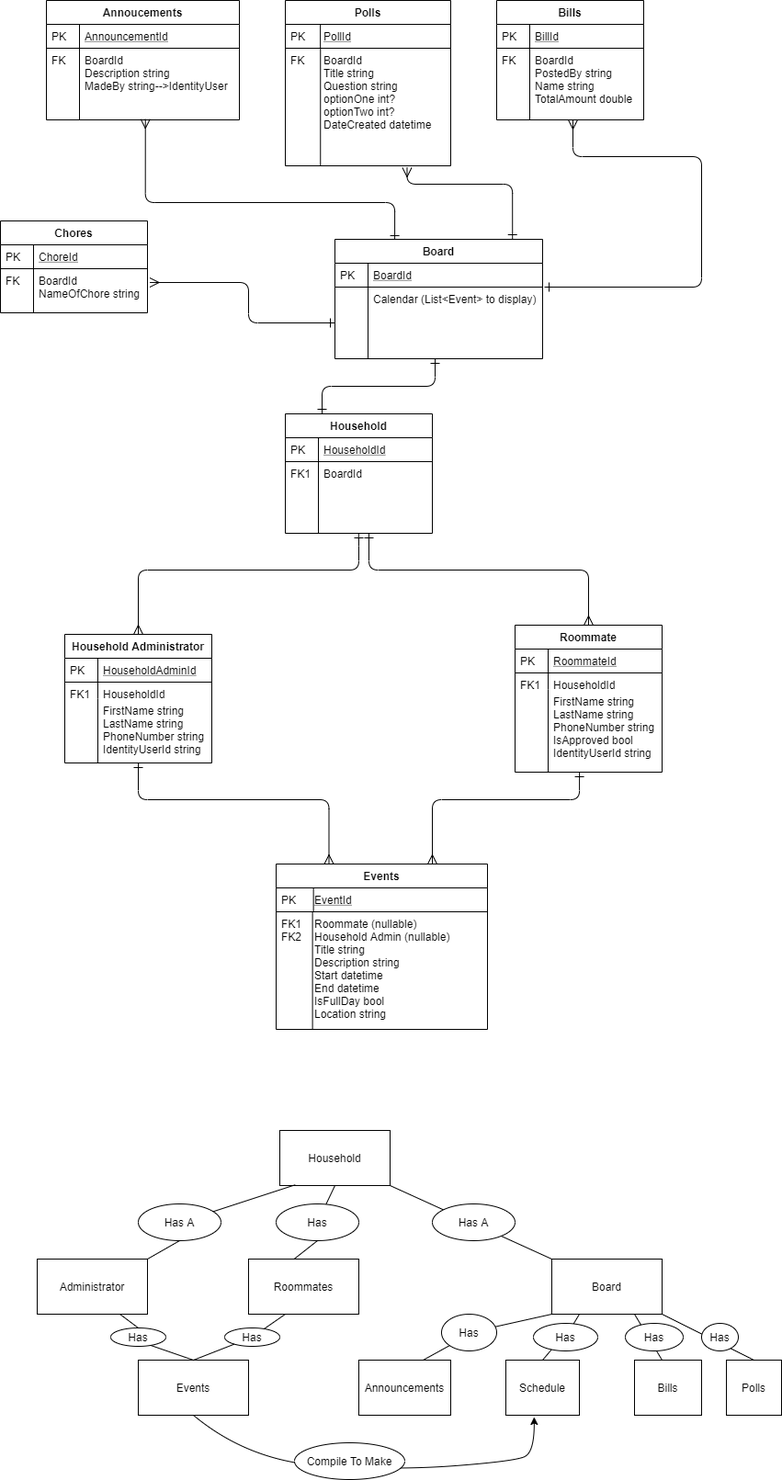
Earlier version of the draw.io export UserStoriesAndPlanningDocuments/IndividualCapstoneWithBasicLayout.png (andrewbaird17/Capstone_TheCommonRoom). Source tidied: cells renumbered, new cells last; positions are measured from the earlier drawing's top-left corner, leaving out a move shared by most shapes.
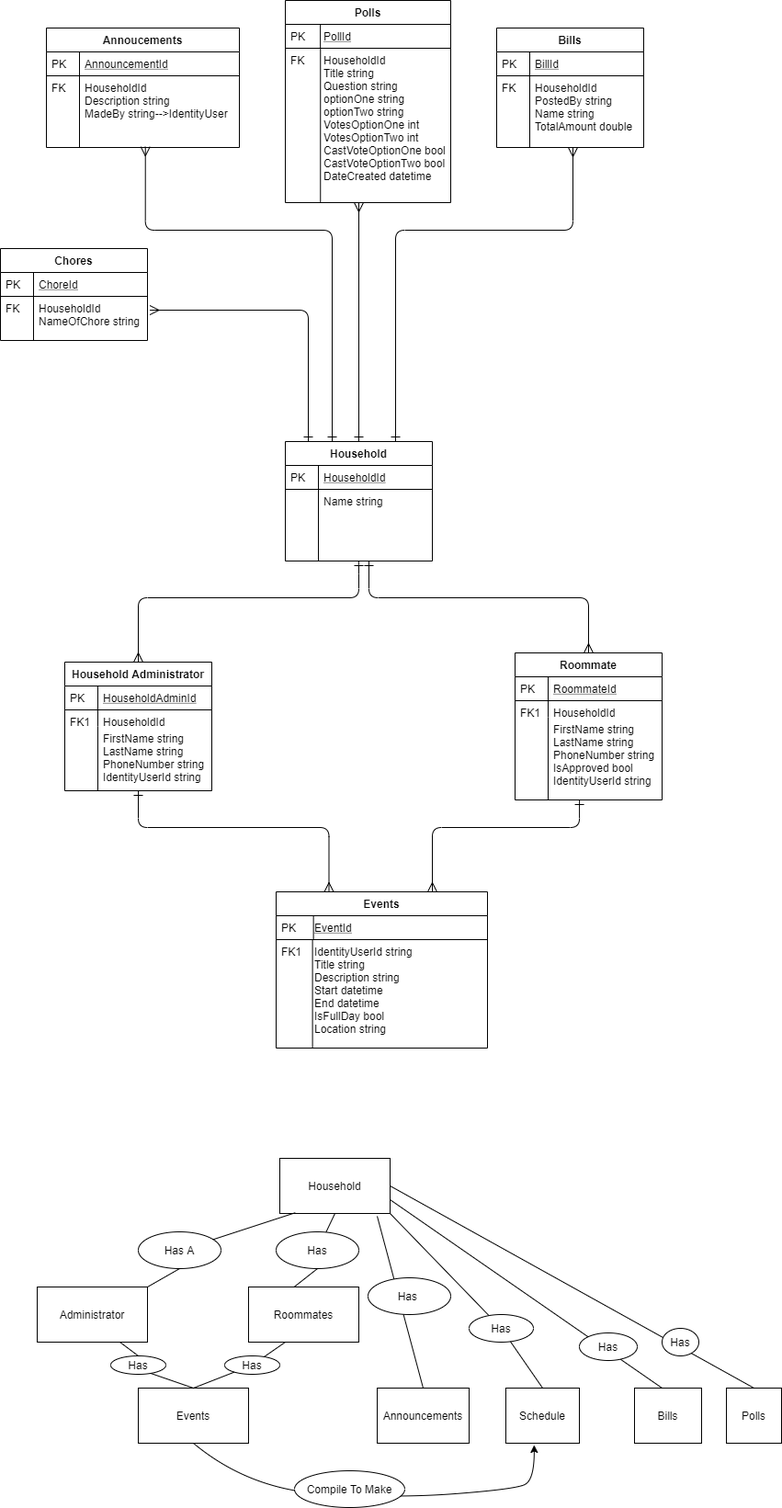
Later version of the same file.

Commit message:
Base email method works, next use it to email a list of roommates. Implemented using SendGrid 'Twilio related'

Diff of the diagram source:
```diff
@@ -33,6 +33,6 @@
     </mxCell>
-    <mxCell id="7" value="BoardId" style="shape=partialRectangle;top=0;left=0;right=0;bottom=0;align=left;verticalAlign=top;fillColor=none;spacingLeft=40;spacingRight=4;overflow=hidden;rounded=0;shadow=0;strokeWidth=1;" parent="4" vertex="1">
+    <mxCell id="7" value="Name string" style="shape=partialRectangle;top=0;left=0;right=0;bottom=0;align=left;verticalAlign=top;fillColor=none;spacingLeft=40;spacingRight=4;overflow=hidden;rounded=0;shadow=0;strokeWidth=1;" parent="4" vertex="1">
       <mxGeometry y="52" width="160" height="78" as="geometry" />
     </mxCell>
-    <mxCell id="8" value="FK1" style="shape=partialRectangle;top=0;left=0;bottom=0;fillColor=none;align=left;verticalAlign=top;spacingLeft=4;spacingRight=4;overflow=hidden;" parent="7" vertex="1">
+    <mxCell id="8" style="shape=partialRectangle;top=0;left=0;bottom=0;fillColor=none;align=left;verticalAlign=top;spacingLeft=4;spacingRight=4;overflow=hidden;" parent="7" vertex="1">
       <mxGeometry width="36" height="78" as="geometry" />
@@ -81,15 +81,6 @@
     </mxCell>
-    <mxCell id="23" style="edgeStyle=orthogonalEdgeStyle;endArrow=ERone;startArrow=ERone;shadow=0;strokeWidth=1;endSize=8;startSize=8;entryX=0.25;entryY=0;entryDx=0;entryDy=0;startFill=0;endFill=0;" parent="1" edge="1" target="4">
-      <mxGeometry relative="1" as="geometry">
-        <mxPoint x="473" y="390" as="sourcePoint" />
-        <Array as="points">
-          <mxPoint x="473" y="420" />
-          <mxPoint x="350" y="420" />
-        </Array>
-      </mxGeometry>
-    </mxCell>
     <mxCell id="24" value="Polls" style="swimlane;fontStyle=1;horizontal=1;startSize=26;rounded=0;shadow=0;strokeWidth=1;" parent="1" vertex="1">
-      <mxGeometry x="310" width="180" height="180" as="geometry" />
+      <mxGeometry x="310" y="-30" width="180" height="220" as="geometry" />
     </mxCell>
-    <mxCell id="25" value="PollId&#10;" style="shape=partialRectangle;top=0;left=0;right=0;bottom=1;align=left;verticalAlign=top;fillColor=none;spacingLeft=40;spacingRight=4;overflow=hidden;rounded=0;shadow=0;strokeWidth=1;fontStyle=4;" parent="24" vertex="1">
+    <mxCell id="25" value="PollId" style="shape=partialRectangle;top=0;left=0;right=0;bottom=1;align=left;verticalAlign=top;fillColor=none;spacingLeft=40;spacingRight=4;overflow=hidden;rounded=0;shadow=0;strokeWidth=1;fontStyle=4;" parent="24" vertex="1">
       <mxGeometry y="26" width="180" height="26" as="geometry" />
@@ -99,7 +90,7 @@
     </mxCell>
-    <mxCell id="27" value="BoardId&#10;Title string&#10;Question string&#10;optionOne int?&#10;optionTwo int?&#10;DateCreated datetime" style="shape=partialRectangle;top=0;left=0;right=0;bottom=0;align=left;verticalAlign=top;fillColor=none;spacingLeft=40;spacingRight=4;overflow=hidden;points=[[0,0.5],[1,0.5]];portConstraint=eastwest;rounded=0;shadow=0;strokeWidth=1;" parent="24" vertex="1">
-      <mxGeometry y="52" width="180" height="128" as="geometry" />
+    <mxCell id="27" value="HouseholdId&#10;Title string&#10;Question string&#10;optionOne string&#10;optionTwo string&#10;VotesOptionOne int&#10;VotesOptionTwo int&#10;CastVoteOptionOne bool&#10;CastVoteOptionTwo bool&#10;DateCreated datetime" style="shape=partialRectangle;top=0;left=0;right=0;bottom=0;align=left;verticalAlign=top;fillColor=none;spacingLeft=40;spacingRight=4;overflow=hidden;points=[[0,0.5],[1,0.5]];portConstraint=eastwest;rounded=0;shadow=0;strokeWidth=1;" parent="24" vertex="1">
+      <mxGeometry y="52" width="180" height="168" as="geometry" />
     </mxCell>
     <mxCell id="28" value="FK" style="shape=partialRectangle;top=0;left=0;bottom=0;fillColor=none;align=left;verticalAlign=top;spacingLeft=4;spacingRight=4;overflow=hidden;" parent="27" vertex="1">
-      <mxGeometry width="38.2" height="128" as="geometry" />
+      <mxGeometry width="38.2" height="168" as="geometry" />
     </mxCell>
@@ -114,3 +105,3 @@
     </mxCell>
-    <mxCell id="32" value="BoardId&#10;Description string&#10;MadeBy string--&gt;IdentityUser" style="shape=partialRectangle;top=0;left=0;right=0;bottom=0;align=left;verticalAlign=top;fillColor=none;spacingLeft=40;spacingRight=4;overflow=hidden;points=[[0,0.5],[1,0.5]];portConstraint=eastwest;rounded=0;shadow=0;strokeWidth=1;" parent="29" vertex="1">
+    <mxCell id="32" value="HouseholdId&#10;Description string&#10;MadeBy string--&gt;IdentityUser" style="shape=partialRectangle;top=0;left=0;right=0;bottom=0;align=left;verticalAlign=top;fillColor=none;spacingLeft=40;spacingRight=4;overflow=hidden;points=[[0,0.5],[1,0.5]];portConstraint=eastwest;rounded=0;shadow=0;strokeWidth=1;" parent="29" vertex="1">
       <mxGeometry y="52" width="210" height="78" as="geometry" />
@@ -129,3 +120,3 @@
     </mxCell>
-    <mxCell id="37" value="BoardId&#10;PostedBy string&#10;Name string&#10;TotalAmount double" style="shape=partialRectangle;top=0;left=0;right=0;bottom=0;align=left;verticalAlign=top;fillColor=none;spacingLeft=40;spacingRight=4;overflow=hidden;rounded=0;shadow=0;strokeWidth=1;" parent="34" vertex="1">
+    <mxCell id="37" value="HouseholdId&#10;PostedBy string&#10;Name string&#10;TotalAmount double" style="shape=partialRectangle;top=0;left=0;right=0;bottom=0;align=left;verticalAlign=top;fillColor=none;spacingLeft=40;spacingRight=4;overflow=hidden;rounded=0;shadow=0;strokeWidth=1;" parent="34" vertex="1">
       <mxGeometry y="52" width="160" height="78" as="geometry" />
@@ -136,3 +127,3 @@
     <mxCell id="39" value="Events" style="swimlane;fontStyle=1;horizontal=1;startSize=26;rounded=0;shadow=0;strokeWidth=1;" parent="1" vertex="1">
-      <mxGeometry x="300" y="940" width="230" height="180" as="geometry" />
+      <mxGeometry x="300" y="940" width="230" height="170" as="geometry" />
     </mxCell>
@@ -144,7 +135,7 @@
     </mxCell>
-    <mxCell id="42" value="Roommate (nullable)&#10;Household Admin (nullable)&#10;Title string&#10;Description string&#10;Start datetime&#10;End datetime&#10;IsFullDay bool&#10;Location string" style="shape=partialRectangle;top=0;left=0;right=0;bottom=0;align=left;verticalAlign=top;fillColor=none;spacingLeft=40;spacingRight=4;overflow=hidden;rounded=0;shadow=0;strokeWidth=1;" parent="39" vertex="1">
-      <mxGeometry y="52" width="230" height="128" as="geometry" />
+    <mxCell id="42" value="IdentityUserId string&#10;Title string&#10;Description string&#10;Start datetime&#10;End datetime&#10;IsFullDay bool&#10;Location string" style="shape=partialRectangle;top=0;left=0;right=0;bottom=0;align=left;verticalAlign=top;fillColor=none;spacingLeft=40;spacingRight=4;overflow=hidden;rounded=0;shadow=0;strokeWidth=1;" parent="39" vertex="1">
+      <mxGeometry y="52" width="230" height="118" as="geometry" />
     </mxCell>
-    <mxCell id="43" value="FK1&#10;FK2" style="shape=partialRectangle;top=0;left=0;bottom=0;fillColor=none;align=left;verticalAlign=top;spacingLeft=4;spacingRight=4;overflow=hidden;" parent="42" vertex="1">
-      <mxGeometry width="39.6" height="128" as="geometry" />
+    <mxCell id="43" value="FK1" style="shape=partialRectangle;top=0;left=0;bottom=0;fillColor=none;align=left;verticalAlign=top;spacingLeft=4;spacingRight=4;overflow=hidden;" parent="42" vertex="1">
+      <mxGeometry width="39.6" height="118" as="geometry" />
     </mxCell>
@@ -168,3 +159,3 @@
     </mxCell>
-    <mxCell id="46" style="edgeStyle=orthogonalEdgeStyle;endArrow=ERone;startArrow=ERmany;shadow=0;strokeWidth=1;endSize=8;startSize=8;startFill=0;endFill=0;entryX=1.009;entryY=0;entryDx=0;entryDy=0;entryPerimeter=0;" parent="1" edge="1" target="53">
+    <mxCell id="46" style="edgeStyle=orthogonalEdgeStyle;endArrow=ERone;startArrow=ERmany;shadow=0;strokeWidth=1;endSize=8;startSize=8;startFill=0;endFill=0;entryX=0.75;entryY=0;entryDx=0;entryDy=0;" parent="1" edge="1" target="4">
       <mxGeometry relative="1" as="geometry">
@@ -172,5 +163,4 @@
         <Array as="points">
-          <mxPoint x="623" y="170" />
-          <mxPoint x="763" y="170" />
-          <mxPoint x="763" y="312" />
+          <mxPoint x="623" y="220" />
+          <mxPoint x="430" y="220" />
         </Array>
@@ -178,11 +168,8 @@
     </mxCell>
-    <mxCell id="47" style="edgeStyle=orthogonalEdgeStyle;endArrow=ERone;startArrow=ERmany;shadow=0;strokeWidth=1;endSize=8;startSize=8;entryX=0.855;entryY=0;entryDx=0;entryDy=0;startFill=0;endFill=0;exitX=0.736;exitY=1.016;exitDx=0;exitDy=0;exitPerimeter=0;entryPerimeter=0;" parent="1" edge="1" source="27" target="50">
+    <mxCell id="47" style="edgeStyle=orthogonalEdgeStyle;endArrow=ERone;startArrow=ERmany;shadow=0;strokeWidth=1;endSize=8;startSize=8;startFill=0;endFill=0;entryX=0.5;entryY=0;entryDx=0;entryDy=0;" parent="1" edge="1" target="4">
       <mxGeometry relative="1" as="geometry">
-        <Array as="points">
-          <mxPoint x="443" y="200" />
-          <mxPoint x="557" y="200" />
-        </Array>
+        <mxPoint x="390" y="190" as="sourcePoint" />
       </mxGeometry>
     </mxCell>
-    <mxCell id="48" style="edgeStyle=orthogonalEdgeStyle;endArrow=ERone;startArrow=ERmany;shadow=0;strokeWidth=1;endSize=8;startSize=8;startFill=0;endFill=0;exitX=0.513;exitY=0.99;exitDx=0;exitDy=0;exitPerimeter=0;entryX=0.288;entryY=0.008;entryDx=0;entryDy=0;entryPerimeter=0;" parent="1" edge="1" source="32" target="50">
+    <mxCell id="48" style="edgeStyle=orthogonalEdgeStyle;endArrow=ERone;startArrow=ERmany;shadow=0;strokeWidth=1;endSize=8;startSize=8;startFill=0;endFill=0;exitX=0.513;exitY=0.99;exitDx=0;exitDy=0;exitPerimeter=0;" parent="1" edge="1" source="32" target="4">
       <mxGeometry relative="1" as="geometry">
@@ -190,3 +177,3 @@
           <mxPoint x="158" y="220" />
-          <mxPoint x="429" y="220" />
+          <mxPoint x="361" y="220" />
         </Array>
@@ -194,7 +181,6 @@
     </mxCell>
-    <mxCell id="49" style="edgeStyle=orthogonalEdgeStyle;endArrow=ERone;startArrow=ERmany;shadow=0;strokeWidth=1;endSize=8;startSize=8;entryX=0;entryY=0.5;entryDx=0;entryDy=0;startFill=0;endFill=0;exitX=1.016;exitY=0.313;exitDx=0;exitDy=0;exitPerimeter=0;" parent="1" edge="1" source="58" target="53">
+    <mxCell id="49" style="edgeStyle=orthogonalEdgeStyle;endArrow=ERone;startArrow=ERmany;shadow=0;strokeWidth=1;endSize=8;startSize=8;startFill=0;endFill=0;exitX=1.016;exitY=0.313;exitDx=0;exitDy=0;exitPerimeter=0;" parent="1" edge="1" source="58" target="4">
       <mxGeometry relative="1" as="geometry">
         <Array as="points">
-          <mxPoint x="270" y="307" />
-          <mxPoint x="270" y="351" />
+          <mxPoint x="335" y="307" />
         </Array>
@@ -202,17 +188,2 @@
     </mxCell>
-    <mxCell id="50" value="Board" style="swimlane;fontStyle=1;horizontal=1;startSize=26;rounded=0;shadow=0;strokeWidth=1;" parent="1" vertex="1">
-      <mxGeometry x="364" y="260" width="226" height="130" as="geometry" />
-    </mxCell>
-    <mxCell id="51" value="BoardId" style="shape=partialRectangle;top=0;left=0;right=0;bottom=1;align=left;verticalAlign=top;fillColor=none;spacingLeft=40;spacingRight=4;overflow=hidden;rounded=0;shadow=0;strokeWidth=1;fontStyle=4;" parent="50" vertex="1">
-      <mxGeometry y="26" width="226" height="26" as="geometry" />
-    </mxCell>
-    <mxCell id="52" value="PK" style="shape=partialRectangle;top=0;left=0;bottom=0;fillColor=none;align=left;verticalAlign=top;spacingLeft=4;spacingRight=4;overflow=hidden;" parent="51" vertex="1">
-      <mxGeometry width="36" height="26" as="geometry" />
-    </mxCell>
-    <mxCell id="53" value="Calendar (List&lt;Event&gt; to display)" style="shape=partialRectangle;top=0;left=0;right=0;bottom=0;align=left;verticalAlign=top;fillColor=none;spacingLeft=40;spacingRight=4;overflow=hidden;points=[[0,0.5],[1,0.5]];portConstraint=eastwest;rounded=0;shadow=0;strokeWidth=1;" parent="50" vertex="1">
-      <mxGeometry y="52" width="226" height="78" as="geometry" />
-    </mxCell>
-    <mxCell id="54" style="shape=partialRectangle;top=0;left=0;bottom=0;fillColor=none;align=left;verticalAlign=top;spacingLeft=4;spacingRight=4;overflow=hidden;" parent="53" vertex="1">
-      <mxGeometry width="36" height="78" as="geometry" />
-    </mxCell>
     <mxCell id="55" value="Chores" style="swimlane;fontStyle=1;horizontal=1;startSize=26;rounded=0;shadow=0;strokeWidth=1;" parent="1" vertex="1">
@@ -226,3 +197,3 @@
     </mxCell>
-    <mxCell id="58" value="BoardId&#10;NameOfChore string" style="shape=partialRectangle;top=0;left=0;right=0;bottom=0;align=left;verticalAlign=top;fillColor=none;spacingLeft=40;spacingRight=4;overflow=hidden;points=[[0,0.5],[1,0.5]];portConstraint=eastwest;rounded=0;shadow=0;strokeWidth=1;" parent="55" vertex="1">
+    <mxCell id="58" value="HouseholdId&#10;NameOfChore string" style="shape=partialRectangle;top=0;left=0;right=0;bottom=0;align=left;verticalAlign=top;fillColor=none;spacingLeft=40;spacingRight=4;overflow=hidden;points=[[0,0.5],[1,0.5]];portConstraint=eastwest;rounded=0;shadow=0;strokeWidth=1;" parent="55" vertex="1">
       <mxGeometry y="52" width="160" height="48" as="geometry" />
@@ -244,5 +215,2 @@
     </mxCell>
-    <mxCell id="64" value="Board" style="rounded=0;whiteSpace=wrap;html=1;" parent="1" vertex="1">
-      <mxGeometry x="600" y="1370" width="120" height="60" as="geometry" />
-    </mxCell>
     <mxCell id="65" value="Polls" style="rounded=0;whiteSpace=wrap;html=1;" parent="1" vertex="1">
@@ -254,3 +222,3 @@
     <mxCell id="67" value="Announcements" style="rounded=0;whiteSpace=wrap;html=1;" parent="1" vertex="1">
-      <mxGeometry x="390" y="1480" width="100" height="60" as="geometry" />
+      <mxGeometry x="410" y="1480" width="100" height="60" as="geometry" />
     </mxCell>
@@ -265,5 +233,2 @@
     </mxCell>
-    <mxCell id="71" style="endArrow=none;html=1;entryX=1;entryY=1;entryDx=0;entryDy=0;exitX=0;exitY=0;exitDx=0;exitDy=0;" parent="1" edge="1" source="64" target="62">
-      <mxGeometry relative="1" as="geometry" />
-    </mxCell>
     <mxCell id="72" style="endArrow=none;html=1;" parent="1" edge="1" source="91">
@@ -276,9 +241,3 @@
     </mxCell>
-    <mxCell id="74" style="endArrow=none;html=1;entryX=0;entryY=1;entryDx=0;entryDy=0;" parent="1" edge="1" source="87" target="64">
-      <mxGeometry relative="1" as="geometry" />
-    </mxCell>
-    <mxCell id="75" style="endArrow=none;html=1;entryX=0.25;entryY=1;entryDx=0;entryDy=0;" parent="1" edge="1" source="89" target="64">
-      <mxGeometry relative="1" as="geometry" />
-    </mxCell>
-    <mxCell id="76" style="endArrow=none;html=1;entryX=1;entryY=1;entryDx=0;entryDy=0;" parent="1" edge="1" target="64">
+    <mxCell id="76" style="endArrow=none;html=1;entryX=1;entryY=0.5;entryDx=0;entryDy=0;" parent="1" edge="1" target="62">
       <mxGeometry relative="1" as="geometry">
@@ -287,3 +246,3 @@
     </mxCell>
-    <mxCell id="77" style="endArrow=none;html=1;entryX=0.75;entryY=1;entryDx=0;entryDy=0;" parent="1" edge="1" target="64">
+    <mxCell id="77" style="endArrow=none;html=1;entryX=1;entryY=0.75;entryDx=0;entryDy=0;" parent="1" edge="1" target="62">
       <mxGeometry relative="1" as="geometry">
@@ -321,26 +280,16 @@
     </mxCell>
-    <mxCell id="84" value="Has A" style="ellipse;whiteSpace=wrap;html=1;" parent="1" vertex="1">
-      <mxGeometry x="470" y="1310" width="90" height="40" as="geometry" />
-    </mxCell>
     <mxCell id="85" value="Has" style="ellipse;whiteSpace=wrap;html=1;" parent="1" vertex="1">
-      <mxGeometry x="763" y="1440" width="40" height="30" as="geometry" />
+      <mxGeometry x="720" y="1415" width="40" height="30" as="geometry" />
     </mxCell>
     <mxCell id="86" value="Has" style="ellipse;whiteSpace=wrap;html=1;" parent="1" vertex="1">
-      <mxGeometry x="680" y="1440" width="63" height="30" as="geometry" />
+      <mxGeometry x="630" y="1420" width="63" height="30" as="geometry" />
     </mxCell>
-    <mxCell id="87" value="Has" style="ellipse;whiteSpace=wrap;html=1;" parent="1" vertex="1">
-      <mxGeometry x="480" y="1430" width="60" height="40" as="geometry" />
-    </mxCell>
-    <mxCell id="88" style="endArrow=none;html=1;entryX=0;entryY=1;entryDx=0;entryDy=0;" parent="1" edge="1" target="87">
+    <mxCell id="88" style="endArrow=none;html=1;" parent="1" edge="1">
       <mxGeometry relative="1" as="geometry">
         <mxPoint x="460" y="1480" as="sourcePoint" />
+        <mxPoint x="410" y="1293" as="targetPoint" />
       </mxGeometry>
     </mxCell>
-    <mxCell id="89" value="Has" style="ellipse;whiteSpace=wrap;html=1;" parent="1" vertex="1">
-      <mxGeometry x="580" y="1440" width="70" height="30" as="geometry" />
-    </mxCell>
-    <mxCell id="90" style="endArrow=none;html=1;entryX=0.25;entryY=1;entryDx=0;entryDy=0;" parent="1" edge="1" target="89">
-      <mxGeometry relative="1" as="geometry">
-        <mxPoint x="590" y="1480" as="sourcePoint" />
-      </mxGeometry>
+    <mxCell id="90" style="endArrow=none;html=1;entryX=1;entryY=1;entryDx=0;entryDy=0;" parent="1" edge="1" source="89" target="62">
+      <mxGeometry relative="1" as="geometry" />
     </mxCell>
@@ -360,2 +309,13 @@
     </mxCell>
+    <mxCell id="87" value="Has&amp;nbsp;" style="ellipse;whiteSpace=wrap;html=1;" parent="1" vertex="1">
+      <mxGeometry x="400" y="1360" width="90" height="40" as="geometry" />
+    </mxCell>
+    <mxCell id="89" value="Has" style="ellipse;whiteSpace=wrap;html=1;" parent="1" vertex="1">
+      <mxGeometry x="510" y="1400" width="70" height="30" as="geometry" />
+    </mxCell>
+    <mxCell id="95" style="endArrow=none;html=1;" parent="1" edge="1" target="89">
+      <mxGeometry relative="1" as="geometry">
+        <mxPoint x="590" y="1480" as="sourcePoint" />
+      </mxGeometry>
+    </mxCell>
   </root>
```
